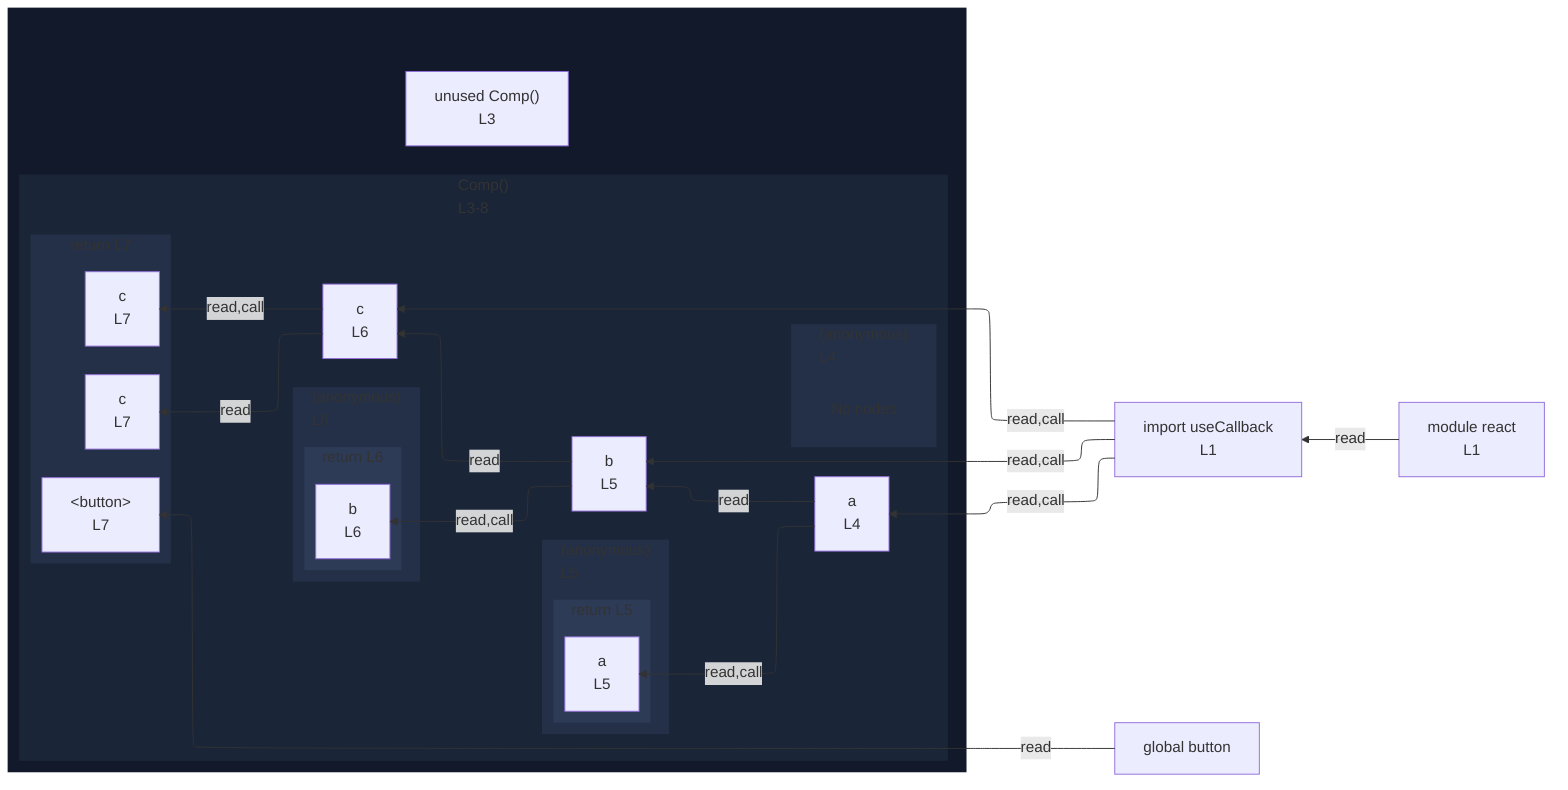
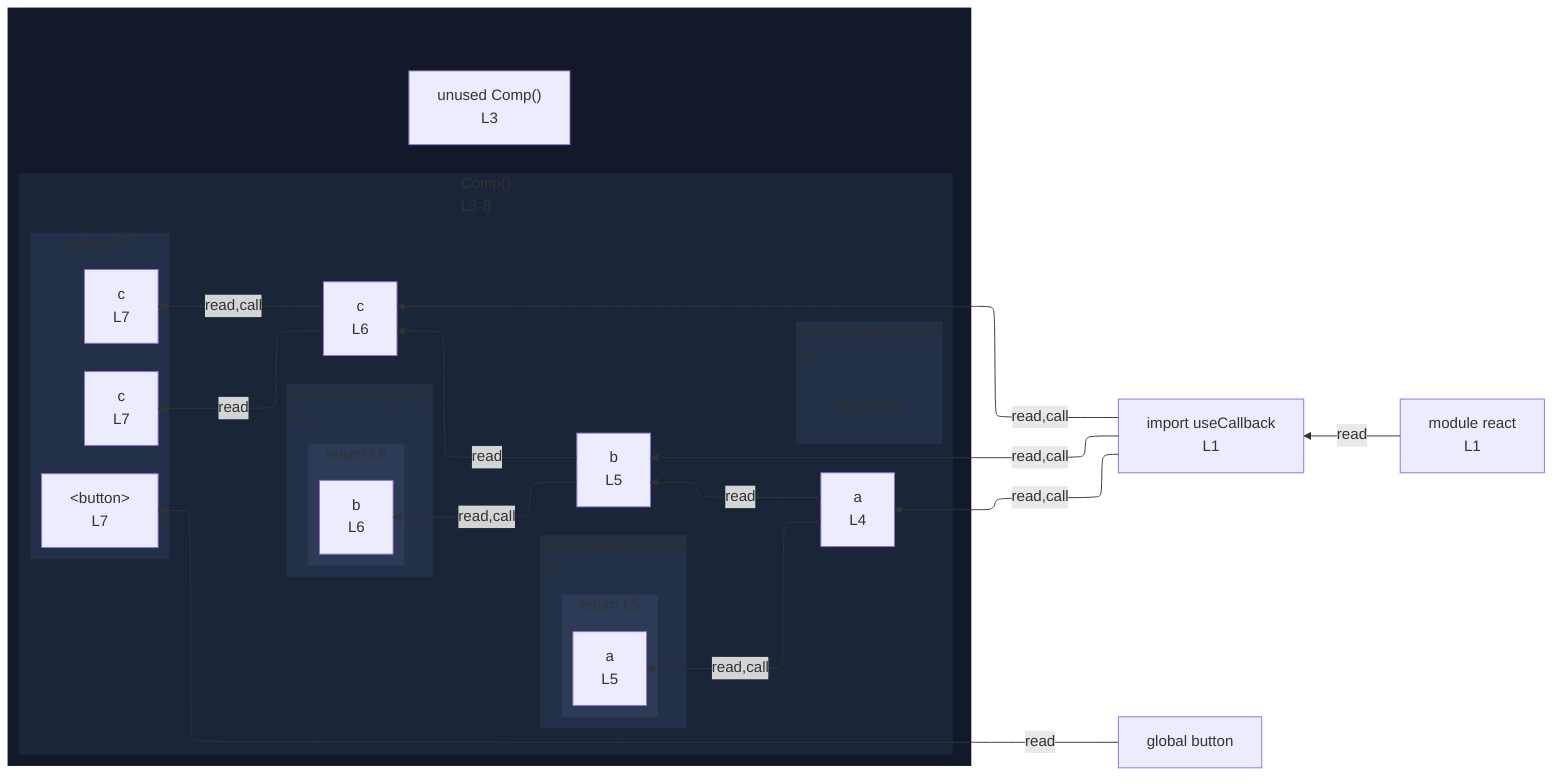
%%{init: {"flowchart": {"defaultRenderer": "elk"}}}%%
flowchart RL
  n_scope_0_useCallback_9["import useCallback<br/>L1"]
  n_scope_0_button_197["global button"]
  subgraph wrap_s_scope_1[" "]
    direction TB
    n_scope_0_Comp_44["unused Comp()<br/>L3"]
    subgraph s_scope_1["Comp()<br/>L3-8"]
      direction RL
      n_scope_1_a_67["a<br/>L4"]
      n_scope_1_b_105["b<br/>L5"]
      n_scope_1_c_150["c<br/>L6"]
-       subgraph s_scope_2["(anonymous)<br/>L4"]
+       subgraph s_scope_2["useCallback(args[0])<br/>L4"]
        direction RL
        elk_empty_s_scope_2["No nodes"]
      end
-       subgraph s_scope_3["(anonymous)<br/>L5"]
+       subgraph s_scope_3["useCallback(args[0])<br/>L5"]
        direction RL
        subgraph s_return_scope_0_Comp_44_127_134["return L5"]
          direction RL
          ret_use_ref_5["a<br/>L5"]
        end
      end
-       subgraph s_scope_4["(anonymous)<br/>L6"]
+       subgraph s_scope_4["useCallback(args[0])<br/>L6"]
        direction RL
        subgraph s_return_scope_0_Comp_44_172_179["return L6"]
          direction RL
          ret_use_ref_9["b<br/>L6"]
        end
      end
      subgraph s_return_scope_0_Comp_44_189_231["return L7"]
        direction RL
        ret_use_ref_11["&lt;button&gt;<br/>L7"]
        ret_use_ref_12["c<br/>L7"]
        ret_use_ref_13["c<br/>L7"]
      end
    end
  end
  n_scope_0_useCallback_9 -->|read,call| n_scope_1_a_67
  n_scope_0_useCallback_9 -->|read,call| n_scope_1_b_105
  n_scope_1_a_67 -->|read,call| ret_use_ref_5
  n_scope_1_a_67 -->|read| n_scope_1_b_105
  n_scope_0_useCallback_9 -->|read,call| n_scope_1_c_150
  n_scope_1_b_105 -->|read,call| ret_use_ref_9
  n_scope_1_b_105 -->|read| n_scope_1_c_150
  n_scope_0_button_197 -->|read| ret_use_ref_11
  n_scope_1_c_150 -->|read| ret_use_ref_12
  n_scope_1_c_150 -->|read,call| ret_use_ref_13
  mod_react["module react<br/>L1"]
  mod_react -->|read| n_scope_0_useCallback_9
  classDef nestL1 fill:#11192a,stroke:transparent;
  class wrap_s_scope_1 nestL1;
  classDef nestL2 fill:#1a2538,stroke:transparent;
  class s_scope_1 nestL2;
  classDef nestL3 fill:#243047,stroke:transparent;
  class s_scope_2 nestL3;
  class s_scope_3 nestL3;
  class s_scope_4 nestL3;
  class s_return_scope_0_Comp_44_189_231 nestL3;
  classDef nestL4 fill:#2d3b57,stroke:transparent;
  class s_return_scope_0_Comp_44_127_134 nestL4;
  class s_return_scope_0_Comp_44_172_179 nestL4;
  classDef elkEmptyPlaceholder fill:transparent,stroke:transparent;
  class elk_empty_s_scope_2 elkEmptyPlaceholder;
